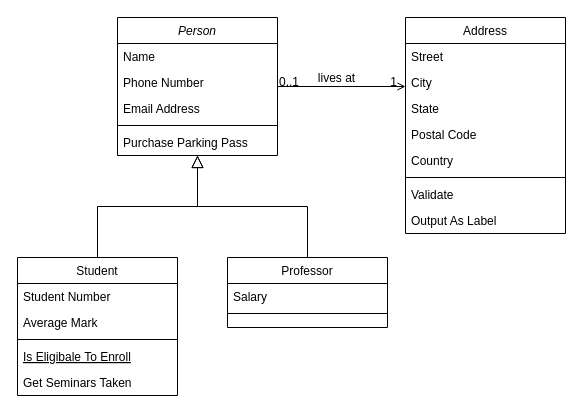
The draw.io diagram Untitled Diagram.drawio in artemmad/Practice2ikbo1919, before the edit. Source tidied: cells renumbered, new cells numbered last; positions are measured from the earlier drawing's top-left corner, leaving out a move shared by most shapes. Both pictures are drawn from the tidied source at 100%, with x=0, y=0 at pixel (17, 17).
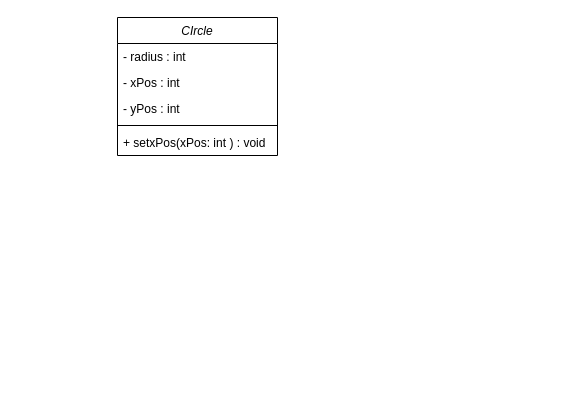
The same page after the edit.

Change to the diagram source:
```diff
@@
-    <mxCell id="2" value="Person" style="swimlane;fontStyle=2;align=center;verticalAlign=top;horizontal=1;startSize=26;rounded=0;shadow=0;strokeWidth=1;" parent="1" vertex="1">
+    <mxCell id="2" value="CIrcle" style="swimlane;fontStyle=2;align=center;verticalAlign=top;horizontal=1;startSize=26;rounded=0;shadow=0;strokeWidth=1;" parent="1" vertex="1">
       <mxGeometry x="100" width="160" height="138" as="geometry" />
     </mxCell>
-    <mxCell id="3" value="Name" style="text;align=left;verticalAlign=top;spacingLeft=4;spacingRight=4;overflow=hidden;" parent="2" vertex="1">
+    <mxCell id="3" value="- radius : int" style="text;align=left;verticalAlign=top;spacingLeft=4;spacingRight=4;overflow=hidden;" parent="2" vertex="1">
       <mxGeometry y="26" width="160" height="26" as="geometry" />
     </mxCell>
-    <mxCell id="4" value="Phone Number" style="text;align=left;verticalAlign=top;spacingLeft=4;spacingRight=4;overflow=hidden;rounded=0;shadow=0;html=0;" parent="2" vertex="1">
-      <mxGeometry y="52" width="160" height="26" as="geometry" />
-    </mxCell>
-    <mxCell id="5" value="Email Address" style="text;align=left;verticalAlign=top;spacingLeft=4;spacingRight=4;overflow=hidden;rounded=0;shadow=0;html=0;" parent="2" vertex="1">
-      <mxGeometry y="78" width="160" height="26" as="geometry" />
-    </mxCell>
+    <mxCell id="32" value="- xPos : int" style="text;align=left;verticalAlign=top;spacingLeft=4;spacingRight=4;overflow=hidden;" parent="2" vertex="1">
+      <mxGeometry y="52" width="160" height="26" as="geometry" />
+    </mxCell>
+    <mxCell id="33" value="- yPos : int" style="text;align=left;verticalAlign=top;spacingLeft=4;spacingRight=4;overflow=hidden;" parent="2" vertex="1">
+      <mxGeometry y="78" width="160" height="26" as="geometry" />
+    </mxCell>
@@
-    <mxCell id="7" value="Purchase Parking Pass" style="text;align=left;verticalAlign=top;spacingLeft=4;spacingRight=4;overflow=hidden;" parent="2" vertex="1">
+    <mxCell id="7" value="+ setxPos(xPos: int ) : void" style="text;align=left;verticalAlign=top;spacingLeft=4;spacingRight=4;overflow=hidden;" parent="2" vertex="1">
       <mxGeometry y="112" width="160" height="26" as="geometry" />
     </mxCell>
-    <mxCell id="8" value="Student" style="swimlane;fontStyle=0;align=center;verticalAlign=top;horizontal=1;startSize=26;rounded=0;shadow=0;strokeWidth=1;" parent="1" vertex="1">
-      <mxGeometry y="240" width="160" height="138" as="geometry" />
-    </mxCell>
-    <mxCell id="9" value="Student Number" style="text;align=left;verticalAlign=top;spacingLeft=4;spacingRight=4;overflow=hidden;" parent="8" vertex="1">
-      <mxGeometry y="26" width="160" height="26" as="geometry" />
-    </mxCell>
-    <mxCell id="10" value="Average Mark" style="text;align=left;verticalAlign=top;spacingLeft=4;spacingRight=4;overflow=hidden;rounded=0;shadow=0;html=0;" parent="8" vertex="1">
-      <mxGeometry y="52" width="160" height="26" as="geometry" />
-    </mxCell>
-    <mxCell id="11" style="line;html=1;strokeWidth=1;align=left;verticalAlign=middle;spacingTop=-1;spacingLeft=3;spacingRight=3;labelPosition=right;" parent="8" vertex="1">
-      <mxGeometry y="78" width="160" height="8" as="geometry" />
-    </mxCell>
-    <mxCell id="12" value="Is Eligibale To Enroll" style="text;align=left;verticalAlign=top;spacingLeft=4;spacingRight=4;overflow=hidden;fontStyle=4;" parent="8" vertex="1">
-      <mxGeometry y="86" width="160" height="26" as="geometry" />
-    </mxCell>
-    <mxCell id="13" value="Get Seminars Taken" style="text;align=left;verticalAlign=top;spacingLeft=4;spacingRight=4;overflow=hidden;" parent="8" vertex="1">
-      <mxGeometry y="112" width="160" height="26" as="geometry" />
-    </mxCell>
-    <mxCell id="14" style="endArrow=block;endSize=10;endFill=0;shadow=0;strokeWidth=1;rounded=0;edgeStyle=elbowEdgeStyle;elbow=vertical;" parent="1" edge="1" source="8" target="2">
-      <mxGeometry relative="1" as="geometry" />
-    </mxCell>
-    <mxCell id="15" value="Professor" style="swimlane;fontStyle=0;align=center;verticalAlign=top;horizontal=1;startSize=26;rounded=0;shadow=0;strokeWidth=1;" parent="1" vertex="1">
-      <mxGeometry x="210" y="240" width="160" height="70" as="geometry" />
-    </mxCell>
-    <mxCell id="16" value="Salary" style="text;align=left;verticalAlign=top;spacingLeft=4;spacingRight=4;overflow=hidden;" parent="15" vertex="1">
-      <mxGeometry y="26" width="160" height="26" as="geometry" />
-    </mxCell>
-    <mxCell id="17" style="line;html=1;strokeWidth=1;align=left;verticalAlign=middle;spacingTop=-1;spacingLeft=3;spacingRight=3;labelPosition=right;" parent="15" vertex="1">
-      <mxGeometry y="52" width="160" height="8" as="geometry" />
-    </mxCell>
-    <mxCell id="18" style="endArrow=block;endSize=10;endFill=0;shadow=0;strokeWidth=1;rounded=0;edgeStyle=elbowEdgeStyle;elbow=vertical;" parent="1" edge="1" source="15" target="2">
-      <mxGeometry relative="1" as="geometry" />
-    </mxCell>
-    <mxCell id="19" value="Address" style="swimlane;fontStyle=0;align=center;verticalAlign=top;horizontal=1;startSize=26;rounded=0;shadow=0;strokeWidth=1;" parent="1" vertex="1">
-      <mxGeometry x="388" width="160" height="216" as="geometry" />
-    </mxCell>
-    <mxCell id="20" value="Street" style="text;align=left;verticalAlign=top;spacingLeft=4;spacingRight=4;overflow=hidden;" parent="19" vertex="1">
-      <mxGeometry y="26" width="160" height="26" as="geometry" />
-    </mxCell>
-    <mxCell id="21" value="City" style="text;align=left;verticalAlign=top;spacingLeft=4;spacingRight=4;overflow=hidden;rounded=0;shadow=0;html=0;" parent="19" vertex="1">
-      <mxGeometry y="52" width="160" height="26" as="geometry" />
-    </mxCell>
-    <mxCell id="22" value="State" style="text;align=left;verticalAlign=top;spacingLeft=4;spacingRight=4;overflow=hidden;rounded=0;shadow=0;html=0;" parent="19" vertex="1">
-      <mxGeometry y="78" width="160" height="26" as="geometry" />
-    </mxCell>
-    <mxCell id="23" value="Postal Code" style="text;align=left;verticalAlign=top;spacingLeft=4;spacingRight=4;overflow=hidden;rounded=0;shadow=0;html=0;" parent="19" vertex="1">
-      <mxGeometry y="104" width="160" height="26" as="geometry" />
-    </mxCell>
-    <mxCell id="24" value="Country" style="text;align=left;verticalAlign=top;spacingLeft=4;spacingRight=4;overflow=hidden;rounded=0;shadow=0;html=0;" parent="19" vertex="1">
-      <mxGeometry y="130" width="160" height="26" as="geometry" />
-    </mxCell>
-    <mxCell id="25" style="line;html=1;strokeWidth=1;align=left;verticalAlign=middle;spacingTop=-1;spacingLeft=3;spacingRight=3;labelPosition=right;" parent="19" vertex="1">
-      <mxGeometry y="156" width="160" height="8" as="geometry" />
-    </mxCell>
-    <mxCell id="26" value="Validate" style="text;align=left;verticalAlign=top;spacingLeft=4;spacingRight=4;overflow=hidden;" parent="19" vertex="1">
-      <mxGeometry y="164" width="160" height="26" as="geometry" />
-    </mxCell>
-    <mxCell id="27" value="Output As Label" style="text;align=left;verticalAlign=top;spacingLeft=4;spacingRight=4;overflow=hidden;" parent="19" vertex="1">
-      <mxGeometry y="190" width="160" height="26" as="geometry" />
-    </mxCell>
-    <mxCell id="28" style="endArrow=open;shadow=0;strokeWidth=1;rounded=0;endFill=1;edgeStyle=elbowEdgeStyle;elbow=vertical;" parent="1" edge="1" source="2" target="19">
-      <mxGeometry x="0.5" y="41" relative="1" as="geometry">
-        <mxPoint x="-40" y="32" as="offset" />
-      </mxGeometry>
-    </mxCell>
-    <mxCell id="29" value="0..1" style="align=left;verticalAlign=bottom;labelBackgroundColor=none;fontSize=12;" parent="28" vertex="1">
-      <mxGeometry x="-1" relative="1" as="geometry">
-        <mxPoint y="4" as="offset" />
-      </mxGeometry>
-    </mxCell>
-    <mxCell id="30" value="1" style="align=right;verticalAlign=bottom;labelBackgroundColor=none;fontSize=12;" parent="28" vertex="1">
-      <mxGeometry x="1" relative="1" as="geometry">
-        <mxPoint x="-7" y="4" as="offset" />
-      </mxGeometry>
-    </mxCell>
-    <mxCell id="31" value="lives at" style="text;html=1;align=center;verticalAlign=middle;labelBackgroundColor=none;rounded=0;shadow=0;strokeWidth=1;fontSize=12;" parent="28" vertex="1">
-      <mxGeometry x="0.5" y="49" relative="1" as="geometry">
-        <mxPoint x="-38" y="40" as="offset" />
-      </mxGeometry>
-    </mxCell>
```
